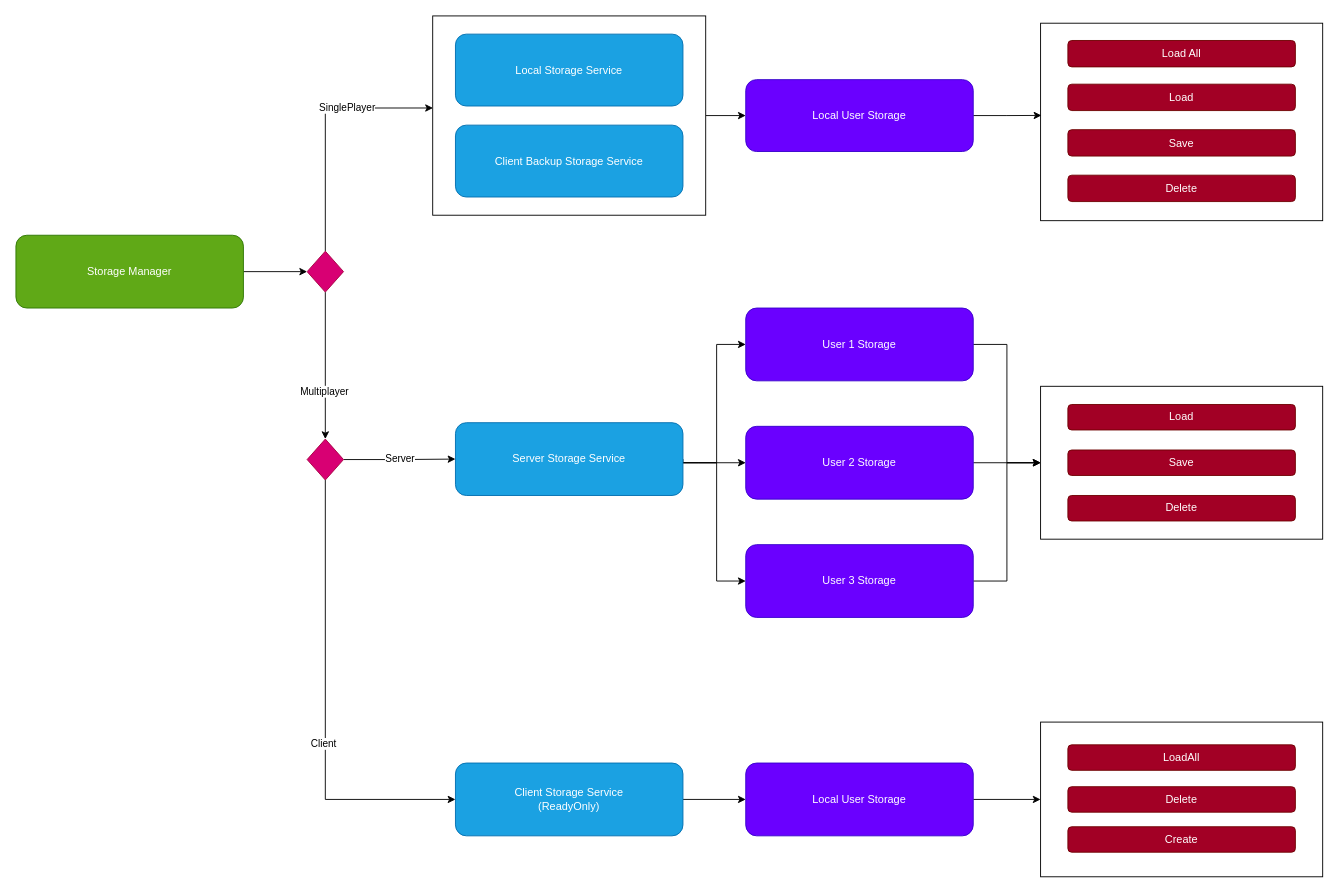
Earlier version of the draw.io diagram Diagrams/Storage.drawio (andrex903/OdenFlow). Source tidied: cells renumbered, new cells numbered last; positions are measured from the earlier drawing's top-left corner, leaving out a move shared by most shapes. Both pictures are drawn from the tidied source at 91%, with x=0, y=0 at pixel (15, 15).
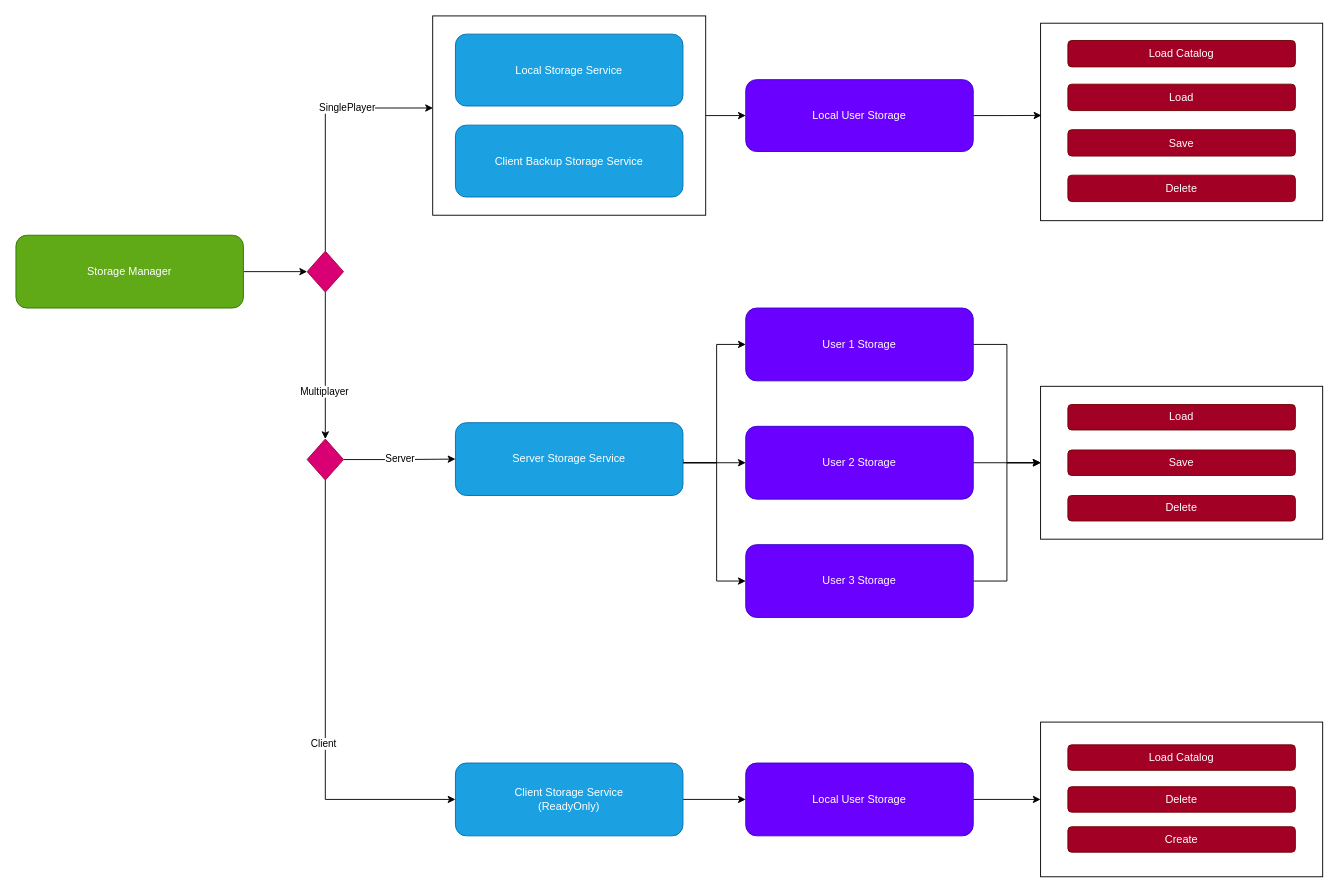
After the change.

Change to the diagram source:
```diff
@@
-    <mxCell id="34" value="Load All" style="rounded=1;whiteSpace=wrap;html=1;fillColor=#a20025;strokeColor=#6F0000;fontColor=#ffffff;" parent="1" vertex="1">
+    <mxCell id="34" value="Load Catalog" style="rounded=1;whiteSpace=wrap;html=1;fillColor=#a20025;strokeColor=#6F0000;fontColor=#ffffff;" parent="1" vertex="1">
       <mxGeometry x="1156" y="27" width="250" height="29" as="geometry" />
     </mxCell>
@@
-    <mxCell id="44" value="LoadAll" style="rounded=1;whiteSpace=wrap;html=1;fillColor=#a20025;strokeColor=#6F0000;fontColor=#ffffff;" parent="1" vertex="1">
+    <mxCell id="44" value="Load Catalog" style="rounded=1;whiteSpace=wrap;html=1;fillColor=#a20025;strokeColor=#6F0000;fontColor=#ffffff;" parent="1" vertex="1">
       <mxGeometry x="1156" y="801" width="250" height="28" as="geometry" />
     </mxCell>
```
